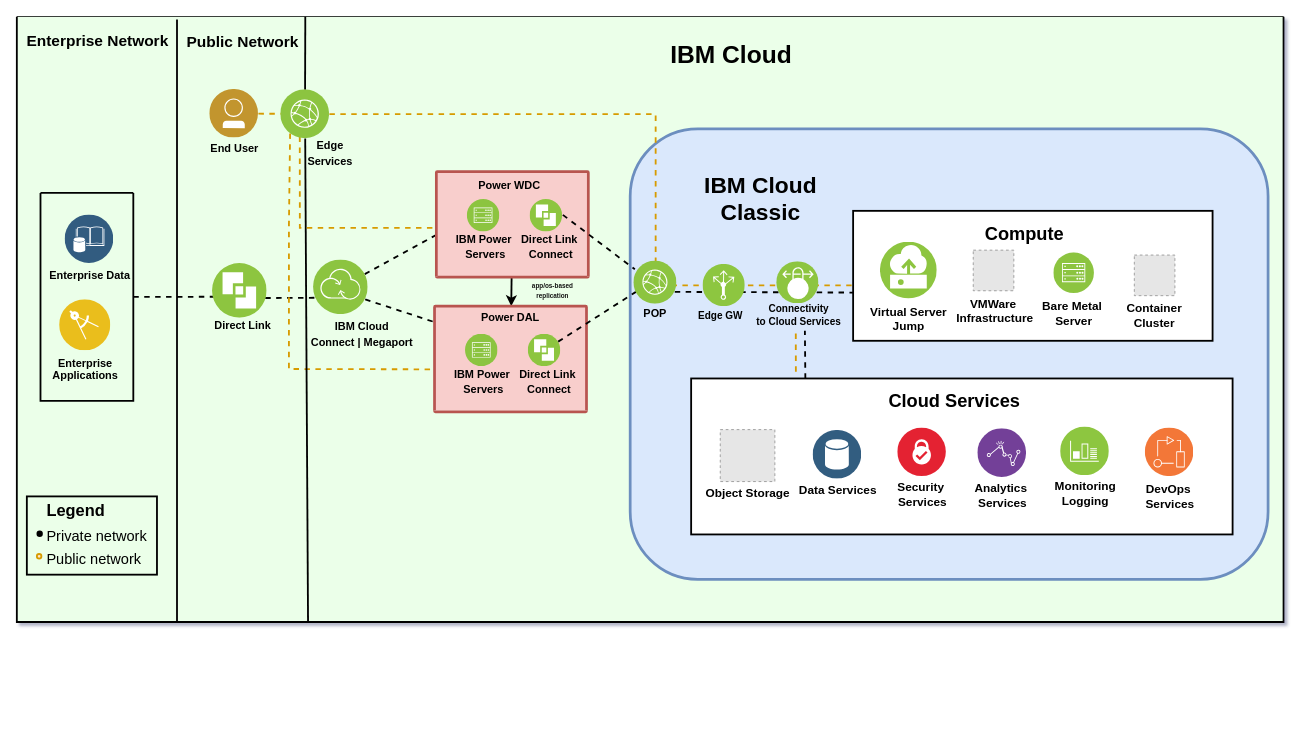
ibm-cloud-docs/power-iaas keeps this draw.io diagram as page "network-colo-to-colo-megaport" (5 of 8) of diagrams/power-iaas-diagram-enhanced.drawio. Above is the earlier version. Source tidied: cells renumbered, new cells numbered last; positions are measured from the earlier drawing's top-left corner, leaving out a move shared by most shapes. Both pictures are drawn from the tidied source at 91%, with x=0, y=0 at pixel (16, 16). Pictures stored in the file or linked from it are replaced by grey dashed boxes.
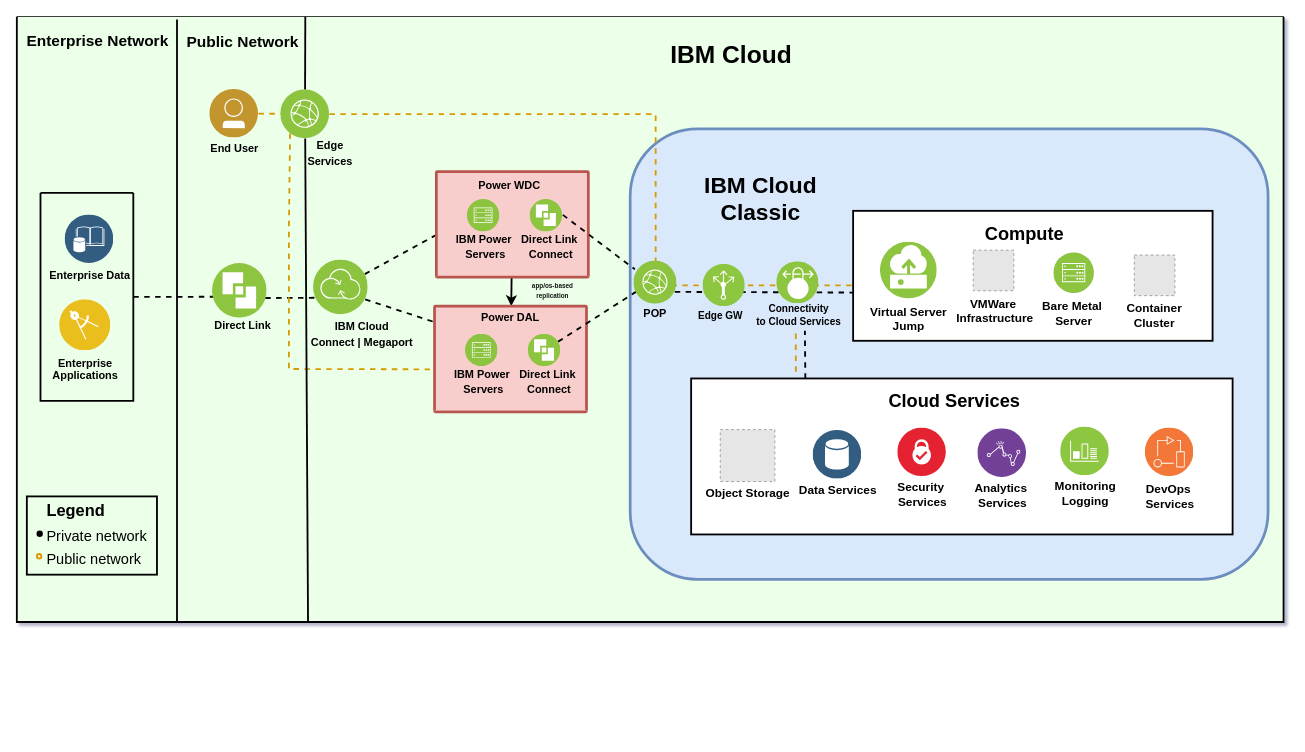
After the change.

The change refers to these unchanged cells:
```xml
<mxCell id="69" value="&lt;b&gt;&lt;font style=&quot;font-size: 15px&quot;&gt;POWER&amp;nbsp; DALLAS (DAL)&lt;/font&gt;&lt;/b&gt;" style="swimlane;fontStyle=0;horizontal=1;startSize=115;swimlaneLine=0;swimlaneFillColor=#ffffff;fillColor=#f8cecc;rounded=1;whiteSpace=wrap;html=1;absoluteArcSize=1;arcSize=68;strokeColor=#b85450;verticalAlign=top;align=left;spacingLeft=5;strokeWidth=3;spacingRight=5;noLabel=1;fontColor=none;" parent="68" vertex="1">
  <mxGeometry width="167" height="116" as="geometry" />
</mxCell>
```

What changed in the source:
```diff
@@
-    <mxCell id="79" parent="0" />
-    <mxCell id="80" style="edgeStyle=none;rounded=0;jettySize=auto;html=1;exitX=0.391;exitY=0.964;exitDx=0;exitDy=0;startArrow=none;startFill=0;endArrow=none;endFill=0;strokeColor=#d79b00;strokeWidth=2;fontSize=14;fontColor=none;dashed=1;fillColor=#ffe6cc;entryX=0.009;entryY=0.534;entryDx=0;entryDy=0;entryPerimeter=0;exitPerimeter=0;" parent="79" edge="1" source="81" target="69">
-      <mxGeometry relative="1" as="geometry">
-        <Array as="points">
-          <mxPoint x="311" y="232" />
-        </Array>
-      </mxGeometry>
-    </mxCell>
-    <mxCell id="81" value="&lt;div&gt;Edge Services&lt;/div&gt;" style="perimeter=ellipsePerimeter;align=center;shadow=0;dashed=0;image;image=img/lib/ibm/infrastructure/edge_services.svg;labelBackgroundColor=none;strokeColor=#666666;strokeWidth=2;fillColor=#C2952D;gradientColor=none;fontSize=12;fontColor=none;spacingTop=3;html=1;fontStyle=1;noLabel=1;" parent="79" vertex="1">
-      <mxGeometry x="290" y="80.1" width="53.5" height="53.5" as="geometry" />
-    </mxCell>
@@
+    <mxCell id="81" value="&lt;div&gt;Edge Services&lt;/div&gt;" style="perimeter=ellipsePerimeter;align=center;shadow=0;dashed=0;image;image=img/lib/ibm/infrastructure/edge_services.svg;labelBackgroundColor=none;strokeColor=#666666;strokeWidth=2;fillColor=#C2952D;gradientColor=none;fontSize=12;fontColor=none;spacingTop=3;html=1;fontStyle=1;noLabel=1;" parent="85" vertex="1">
+      <mxGeometry x="290" y="80.1" width="53.5" height="53.5" as="geometry" />
+    </mxCell>
```
